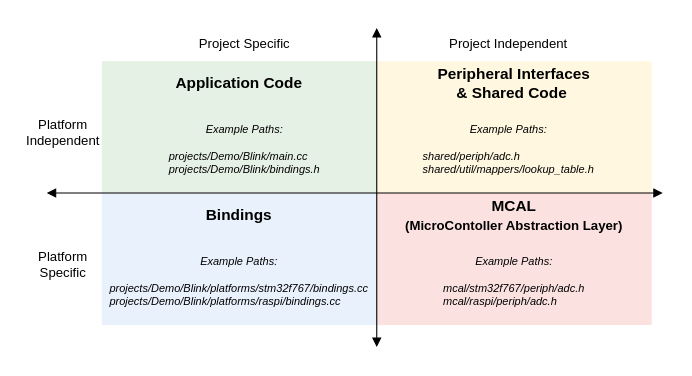
This is page "Light" (1 of 2) of docs/docs/firmware/architecture/arch_diagram.drawio from macformula/racecar, a draw.io file, before an edit. Source tidied: cells renumbered, new cells numbered last; positions are measured from the earlier drawing's top-left corner, leaving out a move shared by most shapes. Both pictures are drawn from the tidied source at 110%, with x=0, y=0 at pixel (19, 28).
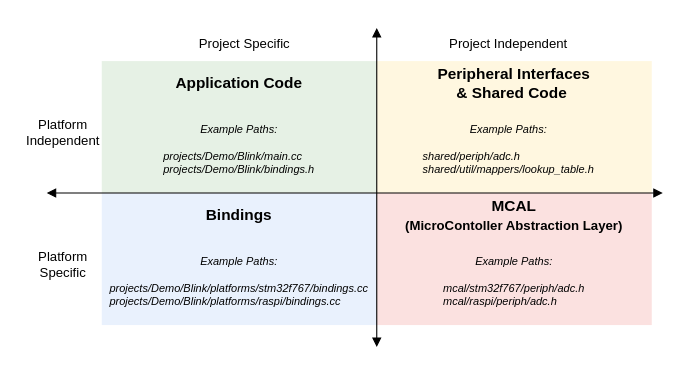
Above is the later version.

The edit, as a diff of the source:
```diff
@@
-<mxGraphModel>
+<mxGraphModel background="#ffffff">
@@
     <mxCell id="14" value="&lt;span style=&quot;font-weight: normal; font-size: 10px;&quot;&gt;Example Paths:&lt;br&gt;&lt;br&gt;&lt;div style=&quot;text-align: left;&quot;&gt;&lt;span style=&quot;background-color: initial;&quot;&gt;projects/Demo/Blink/main.cc&lt;/span&gt;&lt;/div&gt;projects/Demo/Blink/bindings.h&lt;/span&gt;" style="text;html=1;align=center;verticalAlign=top;whiteSpace=wrap;rounded=0;fontStyle=3;fontFamily=Helvetica;labelBackgroundColor=none;textShadow=0;labelBorderColor=none;fontSize=10;" parent="1" vertex="1">
-      <mxGeometry x="85" y="80" width="240" height="75" as="geometry" />
+      <mxGeometry x="85" y="80" width="230" height="75" as="geometry" />
     </mxCell>
```
